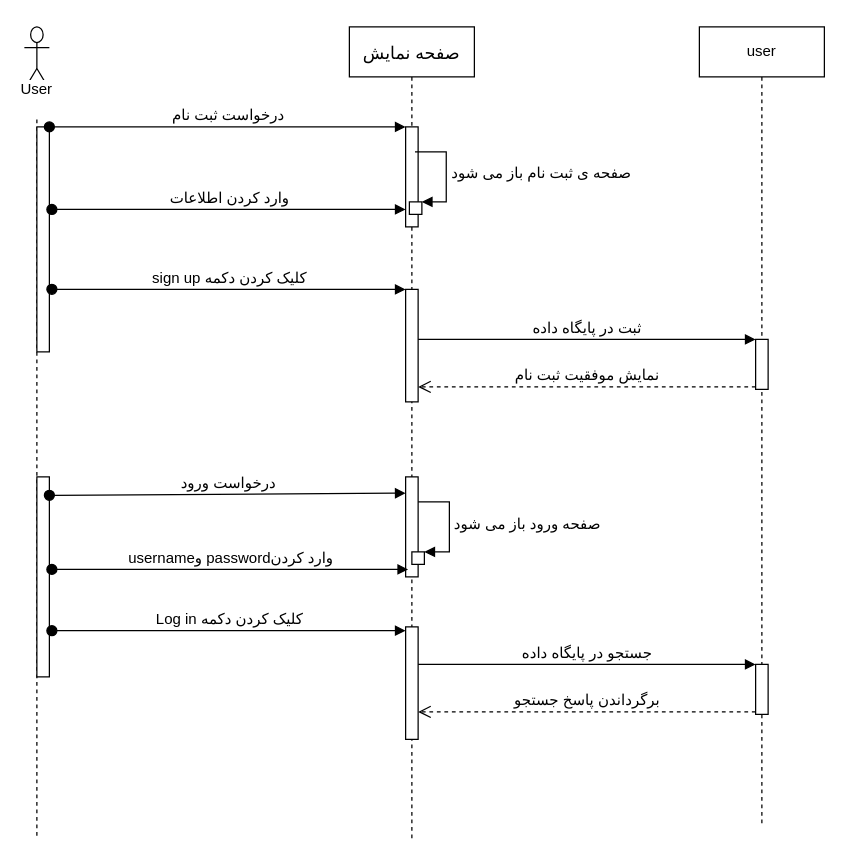
The draw.io diagram Docs./SeqDiagram-Auth.drawio in ShadiMe-flutter/Workout, before the edit. Source tidied: cells renumbered, new cells numbered last; positions are measured from the earlier drawing's top-left corner, leaving out a move shared by most shapes. Both pictures are drawn from the tidied source at 125%, with x=0, y=0 at pixel (24, 26).
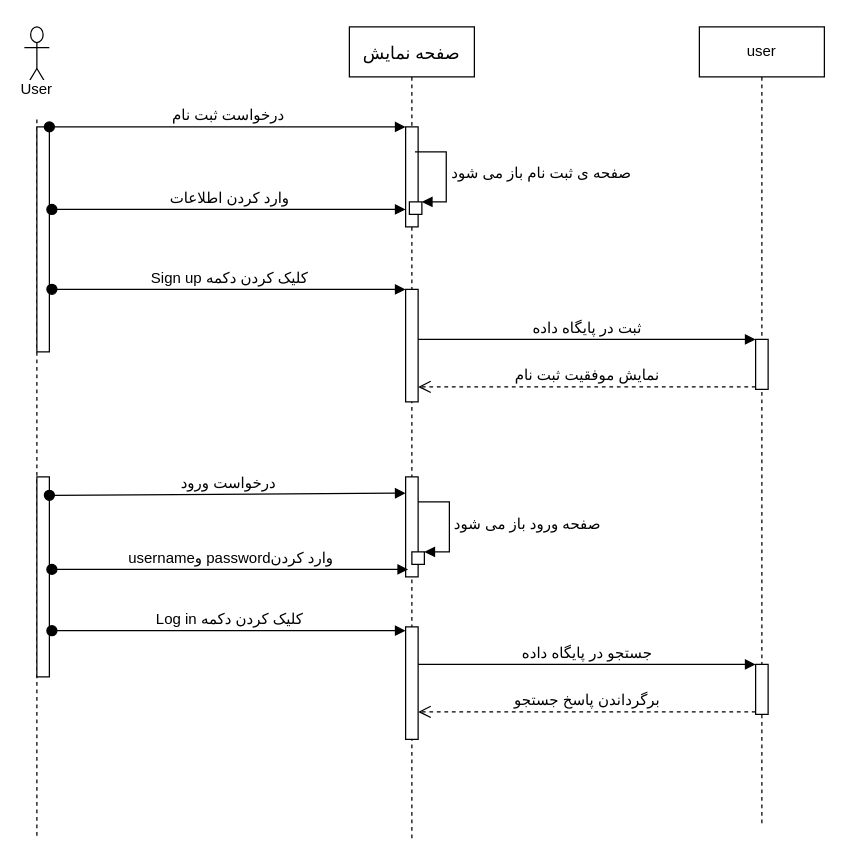
The same diagram, later.

Unchanged cells that the change refers to:
```xml
<mxCell id="4" style="html=1;points=[];perimeter=orthogonalPerimeter;" parent="2" vertex="1">
  <mxGeometry x="10" y="80" width="10" height="180" as="geometry" />
</mxCell>
<mxCell id="8" style="html=1;points=[];perimeter=orthogonalPerimeter;" parent="5" vertex="1">
  <mxGeometry x="45" y="210" width="10" height="90" as="geometry" />
</mxCell>
```

What changed in the source:
```diff
@@
-    <mxCell id="16" value="&lt;div style=&quot;text-align: left&quot;&gt;&lt;font style=&quot;font-size: 12px&quot;&gt;&amp;nbsp;sign up کلیک کردن دکمه&amp;nbsp;&lt;/font&gt;&lt;/div&gt;" style="html=1;verticalAlign=bottom;startArrow=oval;endArrow=block;startSize=8;exitX=1.2;exitY=0.722;exitDx=0;exitDy=0;exitPerimeter=0;" parent="1" edge="1" source="4" target="8">
+    <mxCell id="16" value="&lt;div style=&quot;text-align: left&quot;&gt;&lt;font style=&quot;font-size: 12px&quot;&gt;&amp;nbsp;Sign up کلیک کردن دکمه&amp;nbsp;&lt;/font&gt;&lt;/div&gt;" style="html=1;verticalAlign=bottom;startArrow=oval;endArrow=block;startSize=8;exitX=1.2;exitY=0.722;exitDx=0;exitDy=0;exitPerimeter=0;" parent="1" edge="1" source="4" target="8">
       <mxGeometry relative="1" as="geometry" />
     </mxCell>
```
